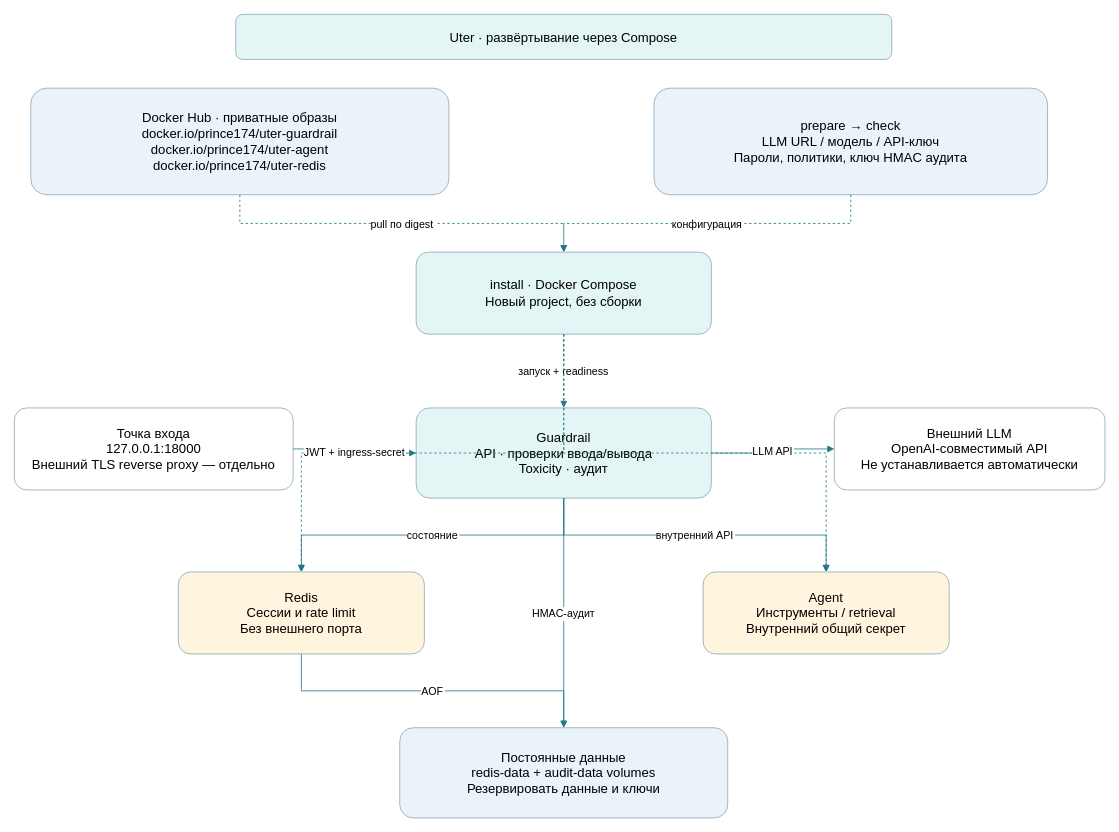
This is page "Compose" (1 of 2) of docs/diagrams/uter-deployment.drawio from prince174/uter_deploy, a draw.io file, before an edit. Source tidied: cells renumbered, new cells numbered last; positions are measured from the earlier drawing's top-left corner, leaving out a move shared by most shapes. Both pictures are drawn from the tidied source at 82%, with x=0, y=0 at pixel (14, 14).
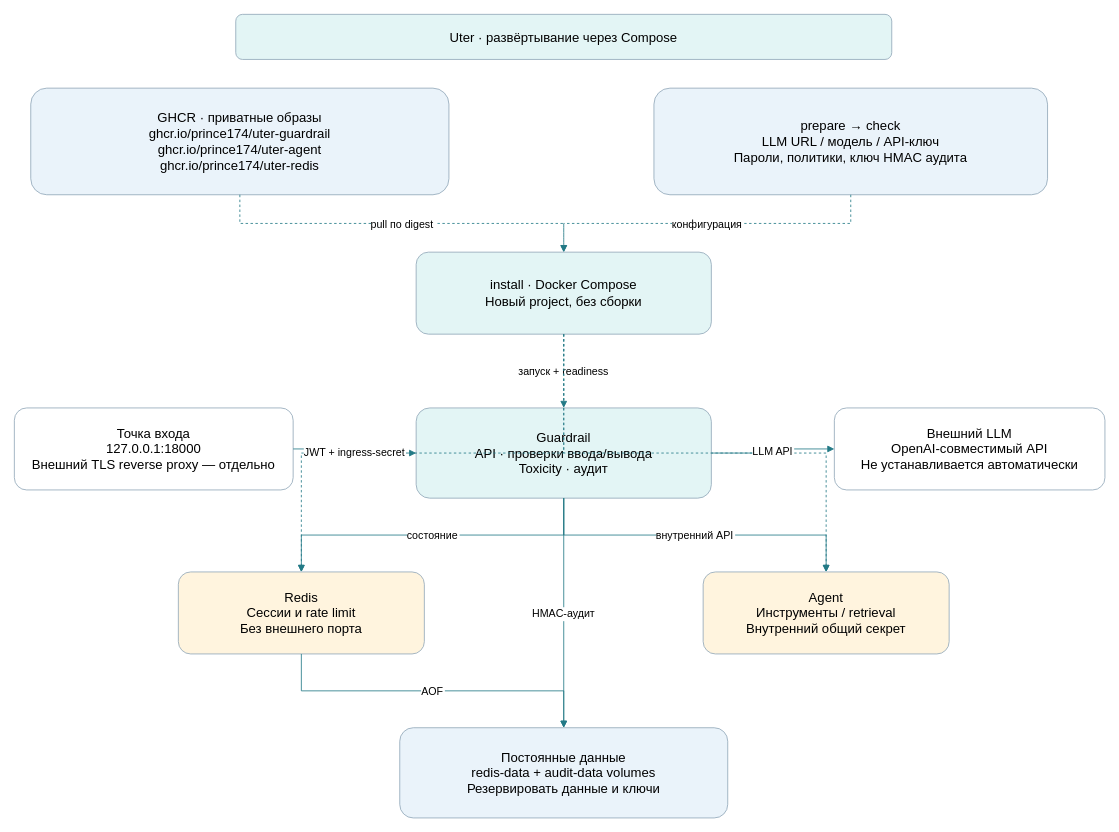
The same diagram, later.

Commit message (it also covers changes not shown here):
Use GHCR as the sole private registry and align installation diagrams

The edit, as a diff of the source:
```diff
@@
-    <mxCell id="3" value="Docker Hub · приватные образы&#10;docker.io/prince174/uter-guardrail&#10;docker.io/prince174/uter-agent&#10;docker.io/prince174/uter-redis" style="rounded=1;whiteSpace=wrap;html=0;fontSize=16;fillColor=#EAF3FA;strokeColor=#91A7B8;spacing=12;" parent="1" vertex="1">
+    <mxCell id="3" value="GHCR · приватные образы&#10;ghcr.io/prince174/uter-guardrail&#10;ghcr.io/prince174/uter-agent&#10;ghcr.io/prince174/uter-redis" style="rounded=1;whiteSpace=wrap;html=0;fontSize=16;fillColor=#EAF3FA;strokeColor=#91A7B8;spacing=12;" parent="1" vertex="1">
       <mxGeometry x="20" y="90" width="510" height="130" as="geometry" />
     </mxCell>
```
